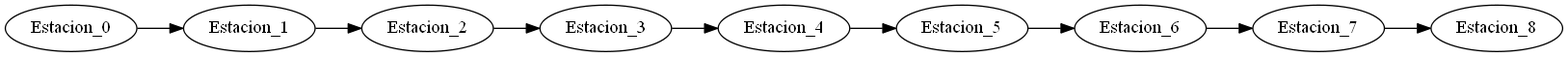
Above: Proyectos/Proyecto2_201504482/archivo_Servicios.png in jimzi94/Tareas (Graphviz), before the change. Its source is kept beside it as Proyectos/Proyecto2_201504482/archivo_Servicios.dot.
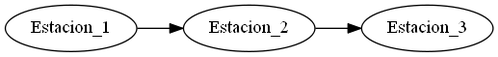
Above is the later version.

Diff of the diagram source:
```diff
@@ -1,9 +1,3 @@
 digraph {rankdir=LR
-Estacion_0->
 Estacion_1->
-Estacion_2->
-Estacion_3->
-Estacion_4->
-Estacion_5->
-Estacion_6->
-Estacion_7->Estacion_8}
+Estacion_2->Estacion_3}
```
